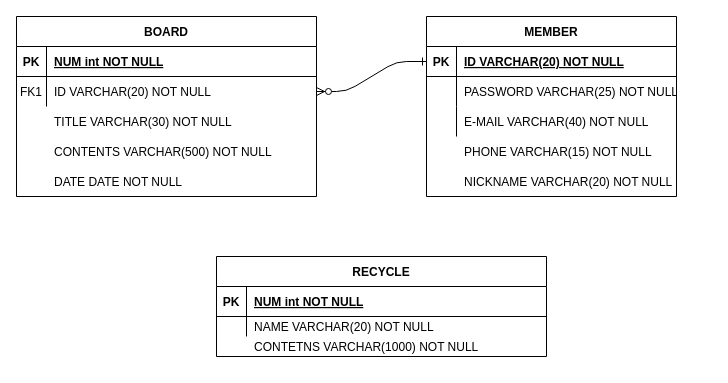
Above: recycleDB.drawio in jgy2808/TERM_Project (draw.io), before the change. Source tidied: cells renumbered, new cells numbered last; positions are measured from the earlier drawing's top-left corner, leaving out a move shared by most shapes. Both pictures are drawn from the tidied source at 100%, with x=0, y=0 at pixel (16, 16).
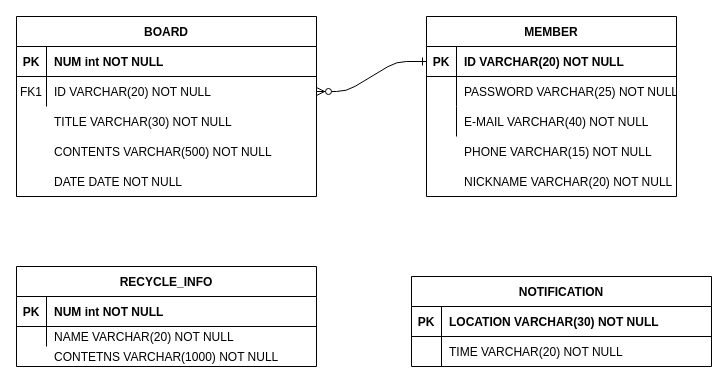
Above is the later version.

Unchanged cells that the change refers to:
```xml
<mxCell id="4" style="shape=partialRectangle;fillColor=none;points=[[0,0.5],[1,0.5]];portConstraint=eastwest;top=0;left=0;right=0;bottom=1;" parent="3" vertex="1">
  <mxGeometry y="30" width="250" height="30" as="geometry" />
</mxCell>
<mxCell id="21" style="shape=partialRectangle;fillColor=none;top=0;left=0;right=0;bottom=1;" parent="20" vertex="1">
  <mxGeometry y="30" width="300" height="30" as="geometry" />
</mxCell>
```

The edit, as a diff of the source:
```diff
@@
-    <mxCell id="6" value="ID VARCHAR(20) NOT NULL" style="shape=partialRectangle;overflow=hidden;fillColor=none;top=0;left=0;bottom=0;right=0;align=left;spacingLeft=6;fontStyle=5;" parent="4" vertex="1">
+    <mxCell id="6" value="ID VARCHAR(20) NOT NULL" style="shape=partialRectangle;overflow=hidden;fillColor=none;top=0;left=0;bottom=0;right=0;align=left;spacingLeft=6;fontStyle=1;" parent="4" vertex="1">
       <mxGeometry x="30" width="220" height="30" as="geometry" />
     </mxCell>
@@
-    <mxCell id="13" value="RECYCLE" style="shape=table;startSize=30;childLayout=tableLayout;rowLines=0;fontStyle=1;align=center;" parent="1" vertex="1">
-      <mxGeometry x="200" y="240" width="330" height="100" as="geometry" />
+    <mxCell id="13" value="RECYCLE_INFO" style="shape=table;startSize=30;childLayout=tableLayout;rowLines=0;fontStyle=1;align=center;" parent="1" vertex="1">
+      <mxGeometry y="250" width="300" height="100" as="geometry" />
     </mxCell>
     <mxCell id="14" style="shape=partialRectangle;fillColor=none;top=0;left=0;right=0;bottom=1;" parent="13" vertex="1">
-      <mxGeometry y="30" width="330" height="30" as="geometry" />
+      <mxGeometry y="30" width="300" height="30" as="geometry" />
     </mxCell>
@@
-    <mxCell id="16" value="NUM int NOT NULL" style="shape=partialRectangle;overflow=hidden;fillColor=none;top=0;left=0;bottom=0;right=0;align=left;spacingLeft=6;fontStyle=5;" parent="14" vertex="1">
-      <mxGeometry x="30" width="300" height="30" as="geometry" />
+    <mxCell id="16" value="NUM int NOT NULL" style="shape=partialRectangle;overflow=hidden;fillColor=none;top=0;left=0;bottom=0;right=0;align=left;spacingLeft=6;fontStyle=1;" parent="14" vertex="1">
+      <mxGeometry x="30" width="270" height="30" as="geometry" />
     </mxCell>
     <mxCell id="17" style="shape=partialRectangle;fillColor=none;top=0;left=0;right=0;bottom=0;" parent="13" vertex="1">
-      <mxGeometry y="60" width="330" height="20" as="geometry" />
+      <mxGeometry y="60" width="300" height="20" as="geometry" />
     </mxCell>
@@
     <mxCell id="19" value="NAME VARCHAR(20) NOT NULL" style="shape=partialRectangle;overflow=hidden;fillColor=none;top=0;left=0;bottom=0;right=0;align=left;spacingLeft=6;" parent="17" vertex="1">
-      <mxGeometry x="30" width="300" height="20" as="geometry" />
+      <mxGeometry x="30" width="270" height="20" as="geometry" />
     </mxCell>
@@
-    <mxCell id="23" value="NUM int NOT NULL" style="shape=partialRectangle;overflow=hidden;fillColor=none;top=0;left=0;bottom=0;right=0;align=left;spacingLeft=6;fontStyle=5;" parent="21" vertex="1">
+    <mxCell id="23" value="NUM int NOT NULL" style="shape=partialRectangle;overflow=hidden;fillColor=none;top=0;left=0;bottom=0;right=0;align=left;spacingLeft=6;fontStyle=1;" parent="21" vertex="1">
       <mxGeometry x="30" width="270" height="30" as="geometry" />
     </mxCell>
@@
     <mxCell id="31" value="CONTETNS VARCHAR(1000) NOT NULL " style="shape=partialRectangle;overflow=hidden;fillColor=none;top=0;left=0;bottom=0;right=0;align=left;spacingLeft=6;" parent="1" vertex="1">
-      <mxGeometry x="230" y="320" width="290" height="20" as="geometry" />
+      <mxGeometry x="30" y="330" width="250" height="20" as="geometry" />
     </mxCell>
@@
+    <mxCell id="33" value="NOTIFICATION" style="shape=table;startSize=30;childLayout=tableLayout;rowLines=0;fontStyle=1;align=center;" parent="1" vertex="1">
+      <mxGeometry x="395" y="260" width="300" height="90" as="geometry" />
+    </mxCell>
+    <mxCell id="34" style="shape=partialRectangle;fillColor=none;top=0;left=0;right=0;bottom=1;" parent="33" vertex="1">
+      <mxGeometry y="30" width="300" height="30" as="geometry" />
+    </mxCell>
+    <mxCell id="35" value="PK" style="shape=partialRectangle;overflow=hidden;fillColor=none;top=0;left=0;bottom=0;right=0;fontStyle=1;" parent="34" vertex="1">
+      <mxGeometry width="30" height="30" as="geometry" />
+    </mxCell>
+    <mxCell id="36" value="LOCATION VARCHAR(30) NOT NULL" style="shape=partialRectangle;overflow=hidden;fillColor=none;top=0;left=0;bottom=0;right=0;align=left;spacingLeft=6;fontStyle=1;" parent="34" vertex="1">
+      <mxGeometry x="30" width="270" height="30" as="geometry" />
+    </mxCell>
+    <mxCell id="37" style="shape=partialRectangle;fillColor=none;top=0;left=0;right=0;bottom=0;" parent="33" vertex="1">
+      <mxGeometry y="60" width="300" height="30" as="geometry" />
+    </mxCell>
+    <mxCell id="38" style="shape=partialRectangle;overflow=hidden;fillColor=none;top=0;left=0;bottom=0;right=0;" parent="37" vertex="1">
+      <mxGeometry width="30" height="30" as="geometry" />
+    </mxCell>
+    <mxCell id="39" value="TIME VARCHAR(20) NOT NULL" style="shape=partialRectangle;overflow=hidden;fillColor=none;top=0;left=0;bottom=0;right=0;align=left;spacingLeft=6;" parent="37" vertex="1">
+      <mxGeometry x="30" width="270" height="30" as="geometry" />
+    </mxCell>
```
